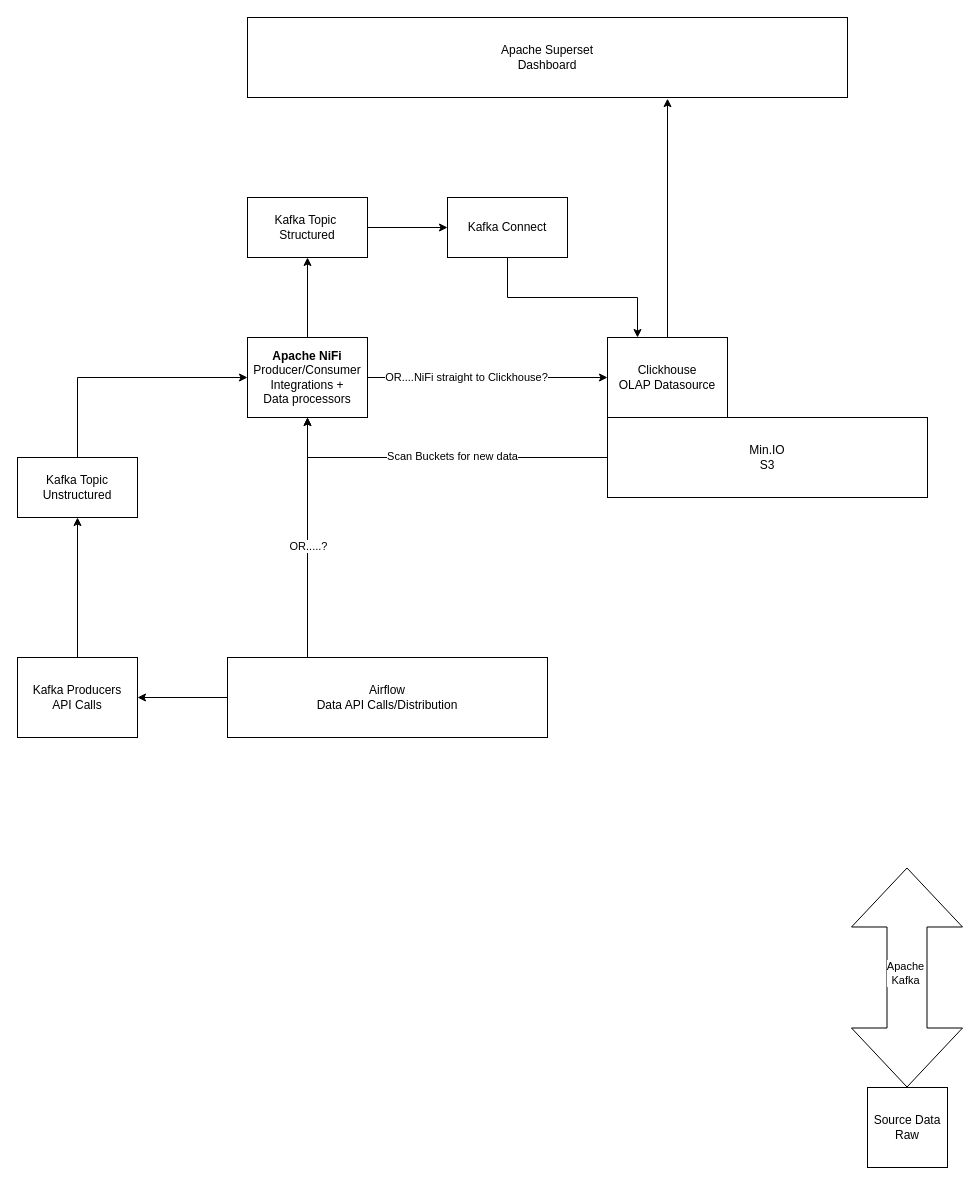
Above: architecture.drawio in jackgray/spotlight (draw.io), before the change. Source tidied: cells renumbered, new cells numbered last; positions are measured from the earlier drawing's top-left corner, leaving out a move shared by most shapes. Both pictures are drawn from the tidied source at 100%, with x=0, y=0 at pixel (17, 17).
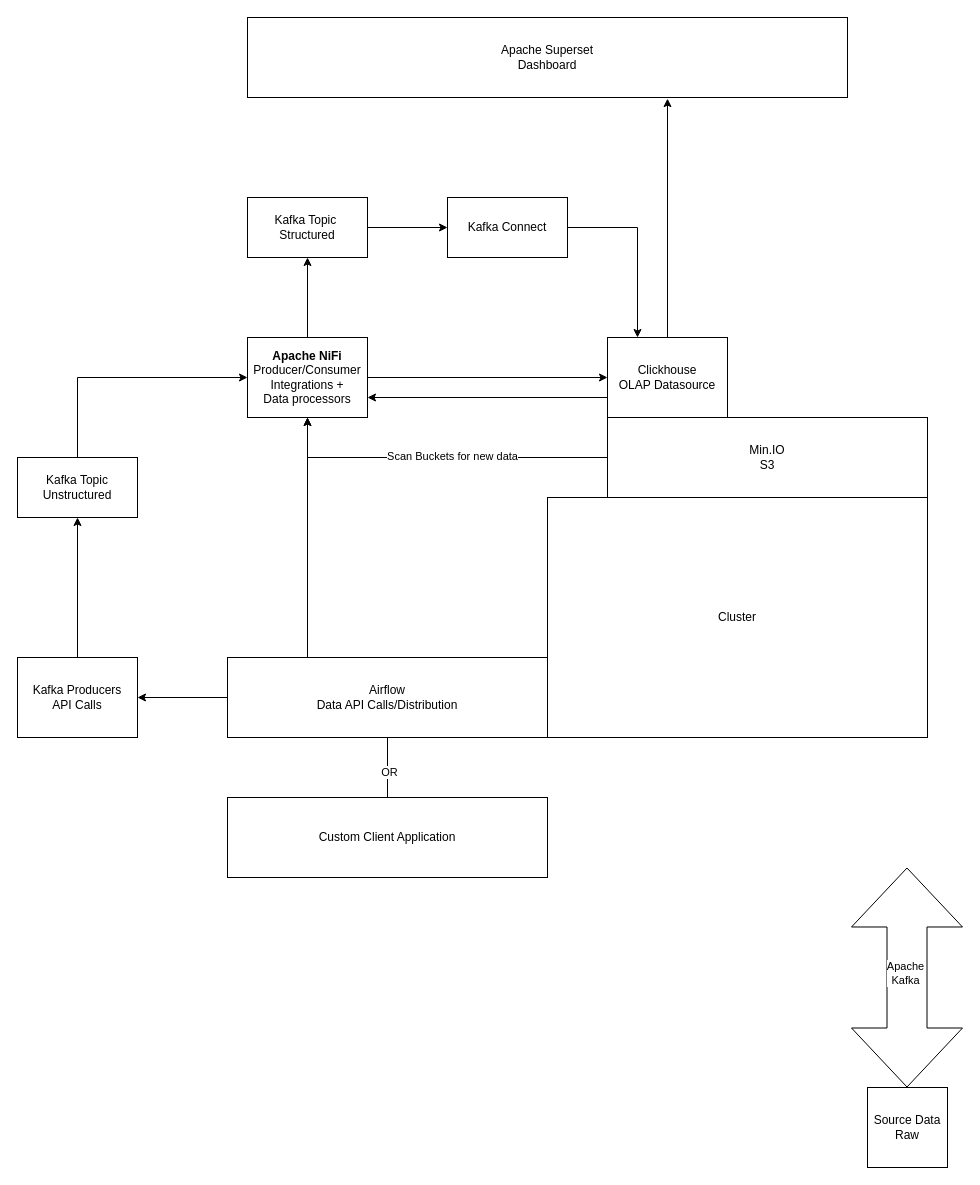
The same page after the edit.

The change refers to these unchanged cells:
```xml
<mxCell id="3" value="Clickhouse&lt;div&gt;OLAP Datasource&lt;/div&gt;" style="rounded=0;whiteSpace=wrap;html=1;" parent="1" vertex="1">
  <mxGeometry x="590" y="320" width="120" height="80" as="geometry" />
</mxCell>
<mxCell id="11" style="edgeStyle=orthogonalEdgeStyle;rounded=0;jettySize=auto;html=1;exitX=0.25;exitY=0;exitDx=0;exitDy=0;entryX=0.5;entryY=1;entryDx=0;entryDy=0;" parent="1" edge="1" source="14" target="20">
  <mxGeometry relative="1" as="geometry" />
</mxCell>
<mxCell id="14" value="Airflow&lt;div&gt;Data API Calls/Distribution&lt;/div&gt;" style="rounded=0;whiteSpace=wrap;html=1;" parent="1" vertex="1">
  <mxGeometry x="210" y="640" width="320" height="80" as="geometry" />
</mxCell>
<mxCell id="17" style="edgeStyle=orthogonalEdgeStyle;rounded=0;jettySize=auto;html=1;exitX=1;exitY=0.5;exitDx=0;exitDy=0;entryX=0;entryY=0.5;entryDx=0;entryDy=0;" parent="1" edge="1" source="20" target="3">
  <mxGeometry relative="1" as="geometry" />
</mxCell>
<mxCell id="20" value="&lt;b&gt;Apache NiFi&lt;/b&gt;&lt;div&gt;Producer/Consumer Integrations +&lt;/div&gt;&lt;div&gt;Data processors&lt;/div&gt;" style="rounded=0;whiteSpace=wrap;html=1;" parent="1" vertex="1">
  <mxGeometry x="230" y="320" width="120" height="80" as="geometry" />
</mxCell>
<mxCell id="27" value="Kafka Connect" style="rounded=0;whiteSpace=wrap;html=1;" parent="1" vertex="1">
  <mxGeometry x="430" y="180" width="120" height="60" as="geometry" />
</mxCell>
```

What changed in the source:
```diff
@@
+    <mxCell id="28" style="edgeStyle=orthogonalEdgeStyle;rounded=0;jettySize=auto;html=1;exitX=0;exitY=0.75;exitDx=0;exitDy=0;entryX=1;entryY=0.75;entryDx=0;entryDy=0;" parent="1" edge="1" source="3" target="20">
+      <mxGeometry relative="1" as="geometry" />
+    </mxCell>
@@
-    <mxCell id="12" value="OR.....?" style="edgeLabel;html=1;align=center;verticalAlign=middle;" parent="11" vertex="1">
-      <mxGeometry x="-0.07" relative="1" as="geometry" />
-    </mxCell>
@@
-    <mxCell id="18" value="OR....NiFi straight to Clickhouse?" style="edgeLabel;html=1;align=center;verticalAlign=middle;" parent="17" vertex="1">
-      <mxGeometry x="-0.18" y="1" relative="1" as="geometry" />
-    </mxCell>
@@
-    <mxCell id="26" style="edgeStyle=orthogonalEdgeStyle;rounded=0;jettySize=auto;html=1;exitX=0.5;exitY=1;exitDx=0;exitDy=0;entryX=0.25;entryY=0;entryDx=0;entryDy=0;" parent="1" edge="1" source="27" target="3">
+    <mxCell id="26" style="edgeStyle=orthogonalEdgeStyle;rounded=0;jettySize=auto;html=1;exitX=1;exitY=0.5;exitDx=0;exitDy=0;entryX=0.25;entryY=0;entryDx=0;entryDy=0;" parent="1" edge="1" source="27" target="3">
       <mxGeometry relative="1" as="geometry" />
     </mxCell>
@@
+    <mxCell id="29" style="edgeStyle=orthogonalEdgeStyle;rounded=0;jettySize=auto;html=1;endArrow=none;endFill=0;" parent="1" edge="1" source="31" target="14">
+      <mxGeometry relative="1" as="geometry" />
+    </mxCell>
+    <mxCell id="30" value="OR" style="edgeLabel;html=1;align=center;verticalAlign=middle;" parent="29" vertex="1">
+      <mxGeometry x="-0.15" y="-1" relative="1" as="geometry" />
+    </mxCell>
+    <mxCell id="31" value="Custom Client Application" style="rounded=0;whiteSpace=wrap;html=1;" parent="1" vertex="1">
+      <mxGeometry x="210" y="780" width="320" height="80" as="geometry" />
+    </mxCell>
+    <mxCell id="32" value="Cluster" style="rounded=0;whiteSpace=wrap;html=1;" parent="1" vertex="1">
+      <mxGeometry x="530" y="480" width="380" height="240" as="geometry" />
+    </mxCell>
```
